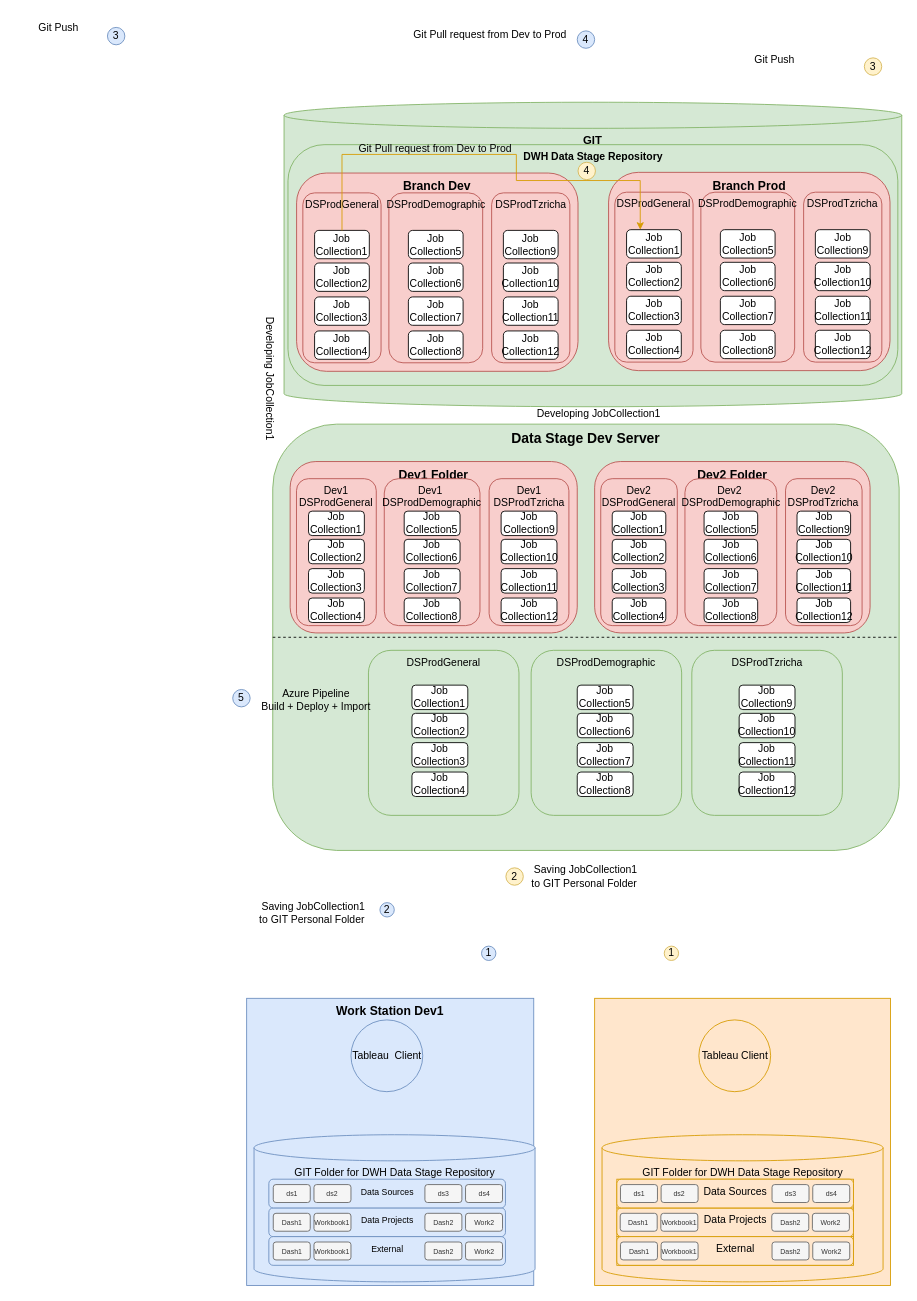
Above: Tableau_CI-CD.drawio in itaybaran/drawing (draw.io), before the change. Source tidied: cells renumbered, new cells numbered last; positions are measured from the earlier drawing's top-left corner, leaving out a move shared by most shapes. Both pictures are drawn from the tidied source at 87%, with x=0, y=0 at pixel (15, 15).
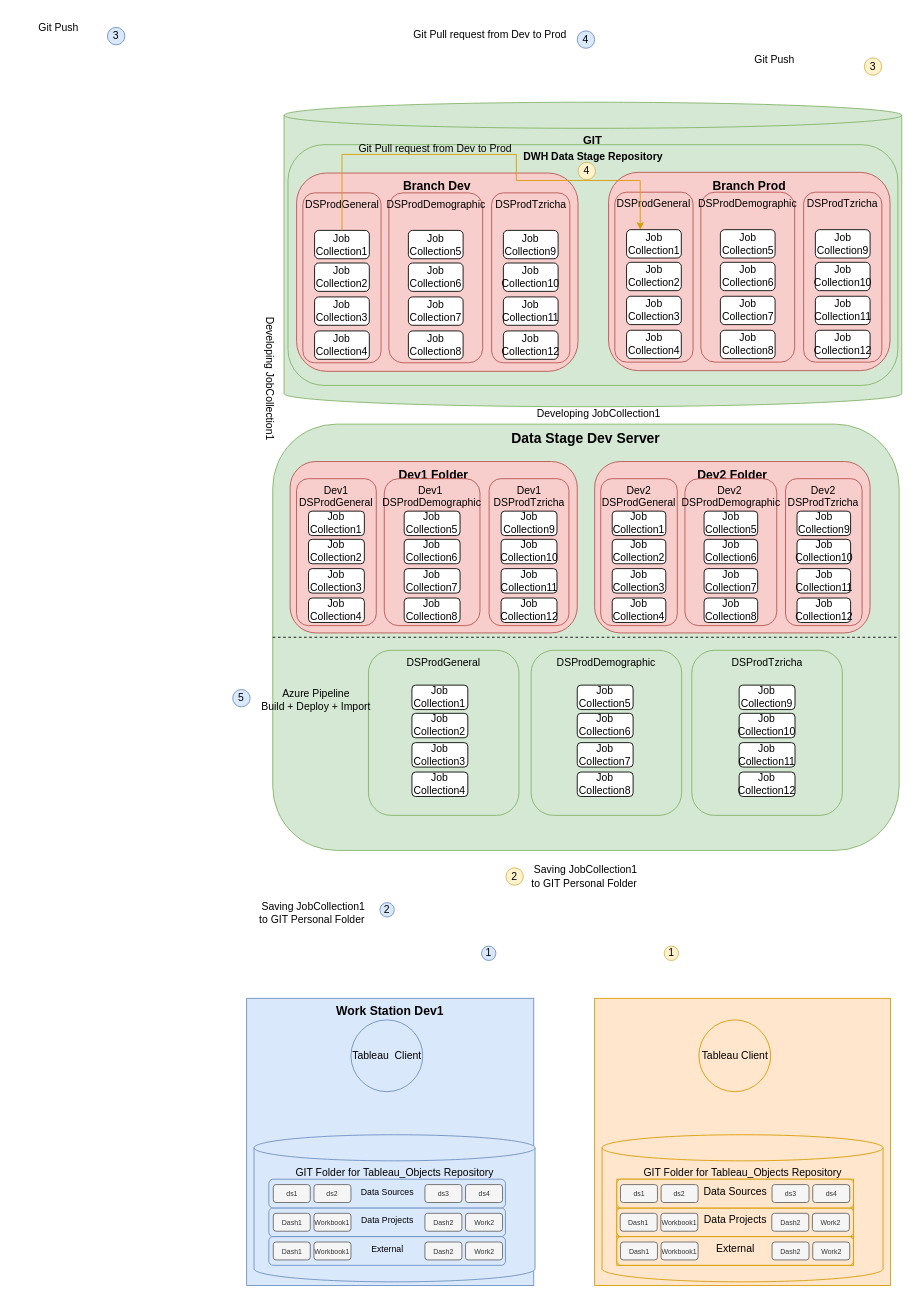
After the change.

The change refers to these unchanged cells:
```xml
<mxCell id="54" style="group;fillColor=#ffe6cc;strokeColor=#d79b00;" parent="1" vertex="1">
  <mxGeometry x="666" y="1130" width="340" height="330" as="geometry" />
</mxCell>
<mxCell id="116" style="group;" parent="1" vertex="1">
  <mxGeometry x="266" y="1130" width="340" height="330" as="geometry" />
</mxCell>
```

What changed in the source:
```diff
@@
-    <mxCell id="56" value="GIT Folder for DWH Data Stage Repository" style="shape=cylinder3;whiteSpace=wrap;html=1;boundedLbl=1;backgroundOutline=1;size=15;fillColor=#ffe6cc;strokeColor=#d79b00;verticalAlign=top;" parent="54" vertex="1">
+    <mxCell id="56" value="GIT Folder for Tableau_Objects Repository" style="shape=cylinder3;whiteSpace=wrap;html=1;boundedLbl=1;backgroundOutline=1;size=15;fillColor=#ffe6cc;strokeColor=#d79b00;verticalAlign=top;" parent="54" vertex="1">
       <mxGeometry x="8.5" y="156.8" width="323" height="169.1" as="geometry" />
     </mxCell>
@@
-    <mxCell id="119" value="GIT Folder for DWH Data Stage Repository" style="shape=cylinder3;whiteSpace=wrap;html=1;boundedLbl=1;backgroundOutline=1;size=15;fillColor=#dae8fc;strokeColor=#6c8ebf;verticalAlign=top;" parent="116" vertex="1">
+    <mxCell id="119" value="GIT Folder for Tableau_Objects Repository" style="shape=cylinder3;whiteSpace=wrap;html=1;boundedLbl=1;backgroundOutline=1;size=15;fillColor=#dae8fc;strokeColor=#6c8ebf;verticalAlign=top;" parent="116" vertex="1">
       <mxGeometry x="8.5" y="156.8" width="323" height="169.1" as="geometry" />
     </mxCell>
```
